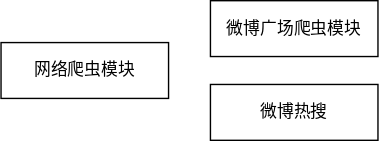
This is 爬虫模块drawio.svg from hikari0217/hikari, a draw.io export, as it was before one commit. Source tidied: cells renumbered, new cells last; positions are measured from the earlier drawing's top-left corner, leaving out a move shared by most shapes.
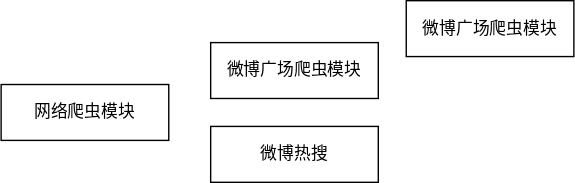
After the commit.

Commit message:
更新爬虫模块drawio.svg

The edit, as a diff of the source:
```diff
@@ -11,5 +11,8 @@
     <mxCell id="4" value="微博热搜" style="rounded=0;whiteSpace=wrap;html=1;" parent="1" vertex="1">
       <mxGeometry x="150" y="60" width="120" height="40" as="geometry" />
     </mxCell>
+    <mxCell id="5" value="微博广场爬虫模块" style="rounded=0;whiteSpace=wrap;html=1;" parent="1" vertex="1">
+      <mxGeometry x="290" y="-30" width="120" height="40" as="geometry" />
+    </mxCell>
   </root>
 </mxGraphModel>
```
